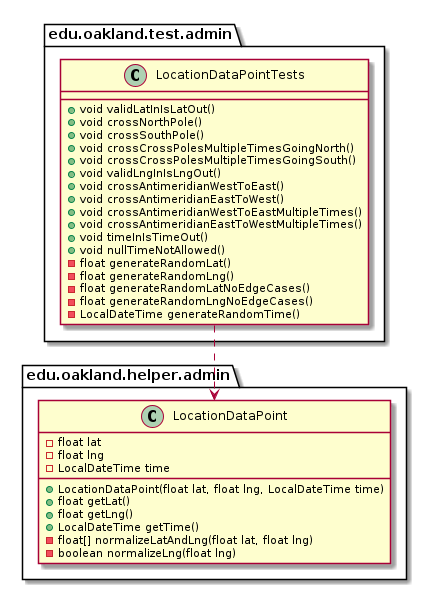
The PlantUML diagram docs/uml-class-diagrams/admin/test/LocationDataPointTests/LocationDataPointTests_DirectDependencies.png in andrewdimmer/csi-3370-software-project, before a commit.
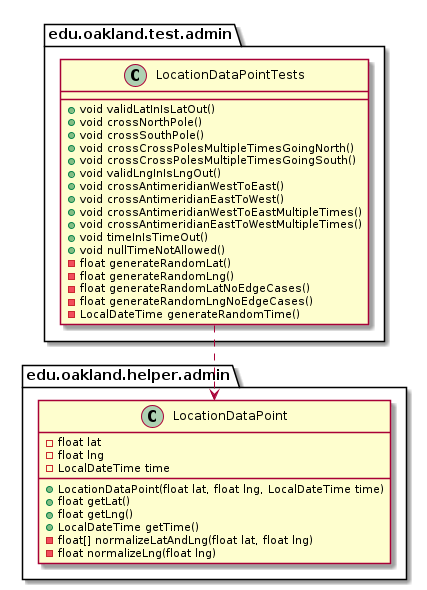
The same diagram one commit later.

Change to the diagram source:
```diff
@@ -35,7 +35,7 @@
         + float getLng()
         + LocalDateTime getTime()
         - float[] normalizeLatAndLng(float lat, float lng)
-        - boolean normalizeLng(float lng)
+        - float normalizeLng(float lng)
     }
 }
 
```
